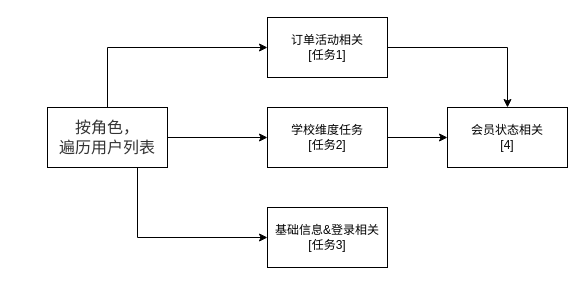
Before: 标签系统.drawio in hellojd2018/ms_document, a draw.io diagram. Source tidied: cells renumbered, new cells numbered last; positions are measured from the earlier drawing's top-left corner, leaving out a move shared by most shapes. Both pictures are drawn from the tidied source at 100%, with x=0, y=0 at pixel (47, 17).
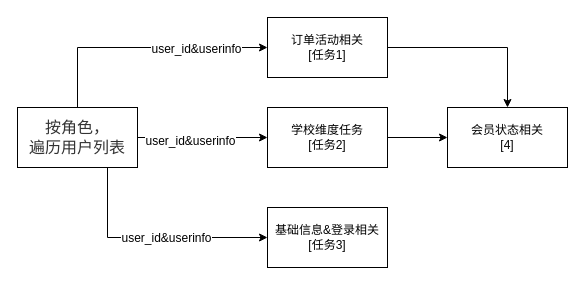
Above is the later version.

Diff of the diagram source:
```diff
@@
 <mxGraphModel>
   <root>
     <mxCell id="0" />
     <mxCell id="1" parent="0" />
     <mxCell id="2" style="edgeStyle=orthogonalEdgeStyle;rounded=0;jettySize=auto;html=1;" parent="1" edge="1" source="5" target="7">
       <mxGeometry relative="1" as="geometry" />
     </mxCell>
+    <mxCell id="12" value="user_id&amp;amp;userinfo" style="text;html=1;align=center;verticalAlign=middle;labelBackgroundColor=#ffffff;" parent="2" vertex="1">
+      <mxGeometry x="-0.2" y="-3" relative="1" as="geometry" />
+    </mxCell>
     <mxCell id="3" style="edgeStyle=orthogonalEdgeStyle;rounded=0;jettySize=auto;html=1;exitX=0.75;exitY=1;exitDx=0;exitDy=0;entryX=0;entryY=0.5;entryDx=0;entryDy=0;" parent="1" edge="1" source="5" target="8">
       <mxGeometry relative="1" as="geometry" />
     </mxCell>
+    <mxCell id="13" value="user_id&amp;amp;userinfo" style="text;html=1;align=center;verticalAlign=middle;labelBackgroundColor=#ffffff;" parent="3" vertex="1">
+      <mxGeometry x="0.11" relative="1" as="geometry" />
+    </mxCell>
     <mxCell id="4" style="edgeStyle=orthogonalEdgeStyle;rounded=0;jettySize=auto;html=1;exitX=0.5;exitY=0;exitDx=0;exitDy=0;entryX=0;entryY=0.5;entryDx=0;entryDy=0;" parent="1" edge="1" source="5" target="10">
       <mxGeometry relative="1" as="geometry" />
     </mxCell>
+    <mxCell id="14" value="user_id&amp;amp;userinfo" style="text;html=1;align=center;verticalAlign=middle;labelBackgroundColor=#ffffff;" parent="4" vertex="1">
+      <mxGeometry x="0.42" y="-1" relative="1" as="geometry" />
+    </mxCell>
     <mxCell id="5" value="&lt;span style=&quot;color: rgb(51 , 51 , 51) ; font-family: &amp;#34;open sans&amp;#34; , &amp;#34;clear sans&amp;#34; , &amp;#34;helvetica neue&amp;#34; , &amp;#34;helvetica&amp;#34; , &amp;#34;arial&amp;#34; , sans-serif ; font-size: 16px ; text-align: left ; white-space: pre-wrap ; background-color: rgb(255 , 255 , 255)&quot;&gt;按角色，&lt;br/&gt;遍历用户列表&lt;/span&gt;" style="rounded=0;whiteSpace=wrap;html=1;" parent="1" vertex="1">
-      <mxGeometry y="90" width="120" height="60" as="geometry" />
+      <mxGeometry x="-30" y="90" width="120" height="60" as="geometry" />
     </mxCell>
     <mxCell id="6" style="edgeStyle=orthogonalEdgeStyle;rounded=0;jettySize=auto;html=1;exitX=1;exitY=0.5;exitDx=0;exitDy=0;" parent="1" edge="1" source="7" target="11">
       <mxGeometry relative="1" as="geometry" />
     </mxCell>
     <mxCell id="7" value="学校维度任务&lt;br&gt;[任务2]" style="rounded=0;whiteSpace=wrap;html=1;" parent="1" vertex="1">
       <mxGeometry x="220" y="90" width="120" height="60" as="geometry" />
     </mxCell>
     <mxCell id="8" value="基础信息&amp;amp;登录相关&lt;br&gt;[任务3]" style="rounded=0;whiteSpace=wrap;html=1;" parent="1" vertex="1">
       <mxGeometry x="220" y="190" width="120" height="60" as="geometry" />
     </mxCell>
     <mxCell id="9" style="edgeStyle=orthogonalEdgeStyle;rounded=0;jettySize=auto;html=1;exitX=1;exitY=0.5;exitDx=0;exitDy=0;entryX=0.5;entryY=0;entryDx=0;entryDy=0;" parent="1" edge="1" source="10" target="11">
       <mxGeometry relative="1" as="geometry" />
     </mxCell>
     <mxCell id="10" value="订单活动相关&lt;br&gt;[任务1]" style="rounded=0;whiteSpace=wrap;html=1;" parent="1" vertex="1">
       <mxGeometry x="220" width="120" height="60" as="geometry" />
     </mxCell>
     <mxCell id="11" value="会员状态相关&lt;br&gt;[4]" style="rounded=0;whiteSpace=wrap;html=1;" parent="1" vertex="1">
       <mxGeometry x="400" y="90" width="120" height="60" as="geometry" />
     </mxCell>
   </root>
 </mxGraphModel>
```
